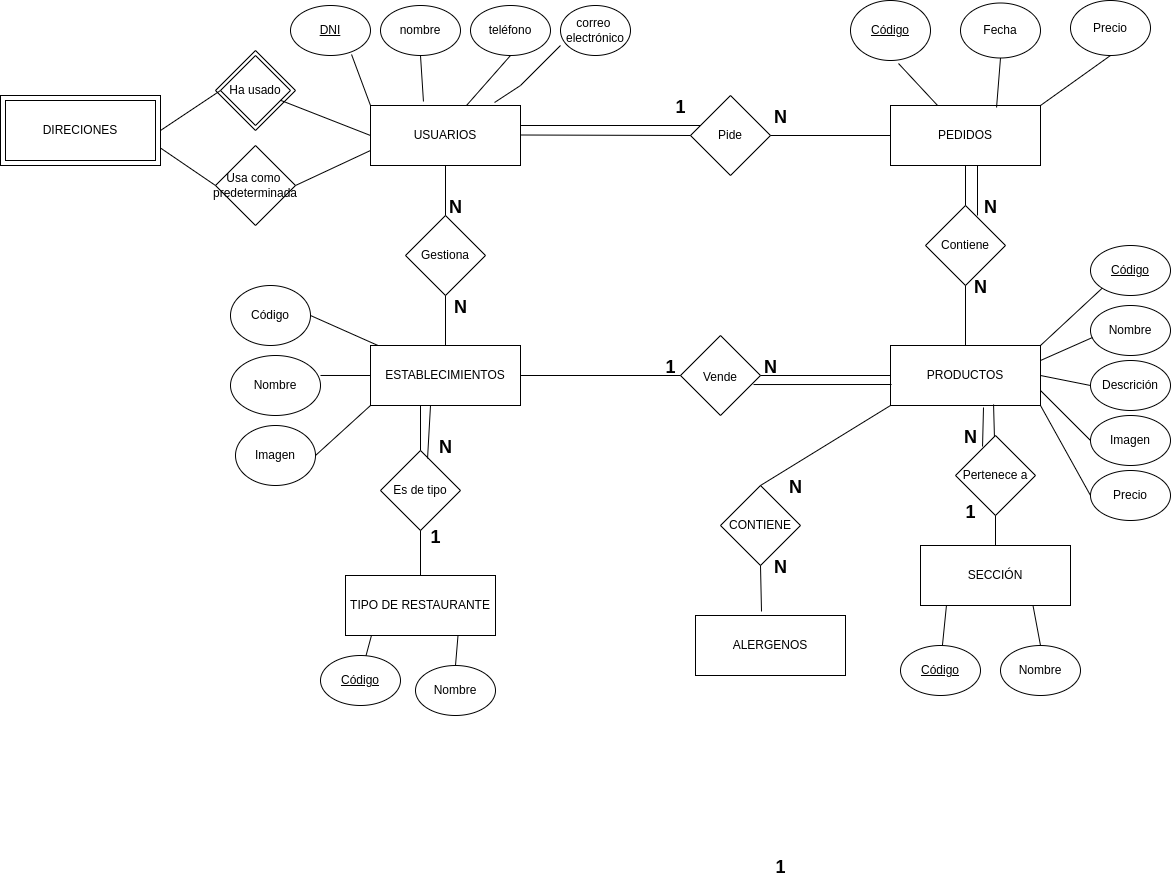
Earlier version of the draw.io export h.drawio.png (Juan4532/prueba). Source tidied: cells renumbered, new cells last; positions are measured from the earlier drawing's top-left corner, leaving out a move shared by most shapes.
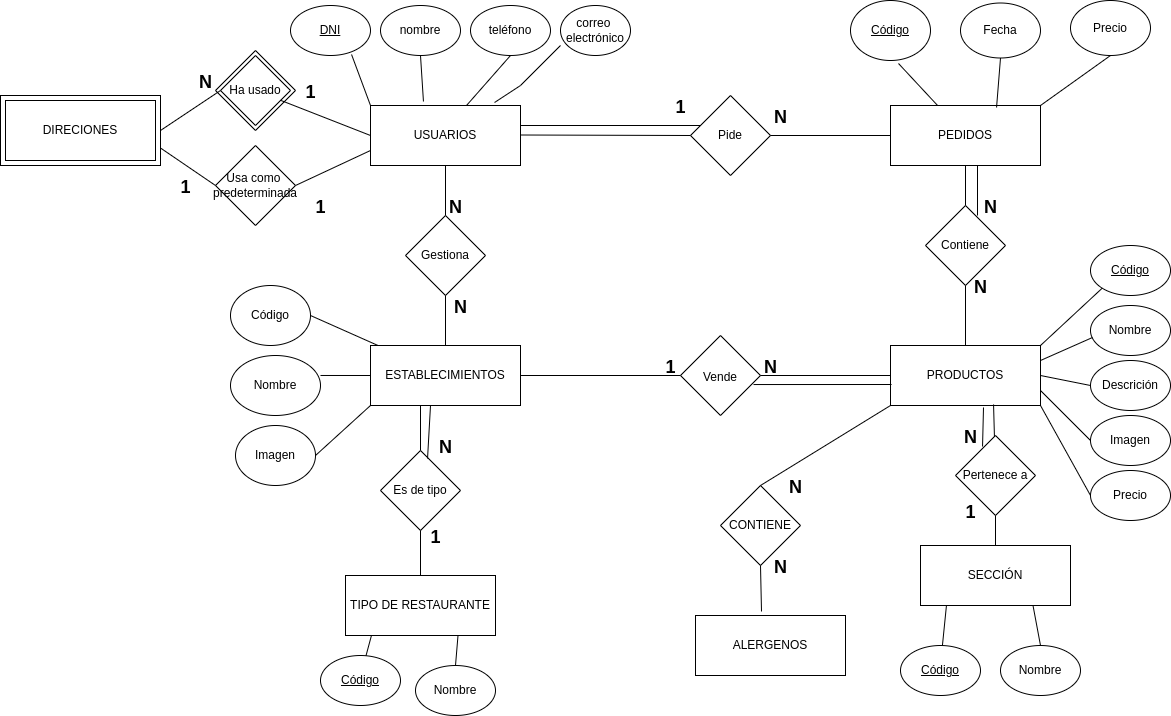
After the change.

What changed in the source:
```diff
@@ -126,7 +126,7 @@
       <mxGeometry x="410" y="285" width="100" height="40" as="geometry" />
     </mxCell>
     <mxCell id="36" value="&lt;span style=&quot;font-size: 18px&quot;&gt;1&lt;/span&gt;" style="text;strokeColor=none;fillColor=none;html=1;fontSize=24;fontStyle=1;verticalAlign=middle;align=center;" parent="1" vertex="1">
-      <mxGeometry x="730" y="845" width="100" height="40" as="geometry" />
+      <mxGeometry x="135" y="165" width="100" height="40" as="geometry" />
     </mxCell>
     <mxCell id="37" value="&lt;span style=&quot;font-size: 18px&quot;&gt;1&lt;/span&gt;" style="text;strokeColor=none;fillColor=none;html=1;fontSize=24;fontStyle=1;verticalAlign=middle;align=center;" parent="1" vertex="1">
       <mxGeometry x="620" y="345" width="100" height="40" as="geometry" />
@@ -316,5 +316,14 @@
     <mxCell id="96" value="&lt;font style=&quot;font-size: 18px&quot;&gt;N&lt;/font&gt;" style="text;strokeColor=none;fillColor=none;html=1;fontSize=24;fontStyle=1;verticalAlign=middle;align=center;" parent="1" vertex="1">
       <mxGeometry x="745" y="465" width="100" height="40" as="geometry" />
     </mxCell>
+    <mxCell id="97" value="&lt;span style=&quot;font-size: 18px&quot;&gt;1&lt;/span&gt;" style="text;strokeColor=none;fillColor=none;html=1;fontSize=24;fontStyle=1;verticalAlign=middle;align=center;" parent="1" vertex="1">
+      <mxGeometry x="270" y="185" width="100" height="40" as="geometry" />
+    </mxCell>
+    <mxCell id="98" value="&lt;span style=&quot;font-size: 18px&quot;&gt;1&lt;/span&gt;" style="text;strokeColor=none;fillColor=none;html=1;fontSize=24;fontStyle=1;verticalAlign=middle;align=center;" parent="1" vertex="1">
+      <mxGeometry x="260" y="70" width="100" height="40" as="geometry" />
+    </mxCell>
+    <mxCell id="99" value="&lt;font style=&quot;font-size: 18px&quot;&gt;N&lt;/font&gt;" style="text;strokeColor=none;fillColor=none;html=1;fontSize=24;fontStyle=1;verticalAlign=middle;align=center;" parent="1" vertex="1">
+      <mxGeometry x="155" y="60" width="100" height="40" as="geometry" />
+    </mxCell>
   </root>
 </mxGraphModel>
```
